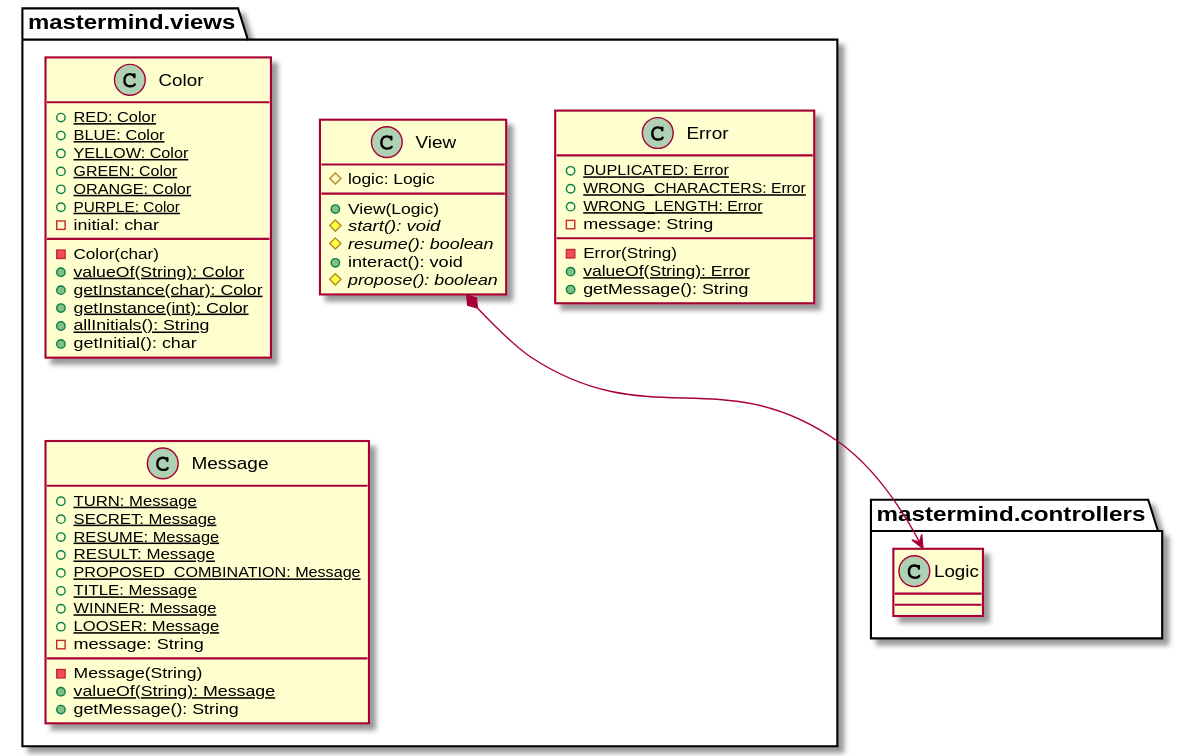
This is modelViewPresenter/presentationModel/withFacade/docs/diagrams/out/paquetes/usantatecla.mastermind.views.svg from SantaTecla-mastermind/solution.java.swing.socket.sql, a PlantUML export, as it was before one commit. The source it was exported from:
```plantuml
@startuml
class  mastermind.views.Color{
+ {static} RED: Color
+ {static} BLUE: Color
+ {static} YELLOW: Color
+ {static} GREEN: Color
+ {static} ORANGE: Color
+ {static} PURPLE: Color
- initial: char
- Color(char)
+ {static} valueOf(String): Color
+ {static} getInstance(char): Color
+ {static} getInstance(int): Color
+ {static} allInitials(): String
+ getInitial(): char
}

class  mastermind.views.Error{
+ {static} DUPLICATED: Error
+ {static} WRONG_CHARACTERS: Error
+ {static} WRONG_LENGTH: Error
- message: String
- Error(String)
+ {static} valueOf(String): Error
+ getMessage(): String
}

class  mastermind.views.Message{
+ {static} TURN: Message
+ {static} SECRET: Message
+ {static} RESUME: Message
+ {static} RESULT: Message
+ {static} PROPOSED_COMBINATION: Message
+ {static} TITLE: Message
+ {static} WINNER: Message
+ {static} LOOSER: Message
- message: String
- Message(String)
+ {static} valueOf(String): Message
+ getMessage(): String
}

class  mastermind.views.View{
# logic: Logic
+ View(Logic)
# {abstract} start(): void
# {abstract} resume(): boolean
+ interact(): void
# {abstract} propose(): boolean
}
mastermind.views.View *-down-> mastermind.controllers.Logic
@enduml
```
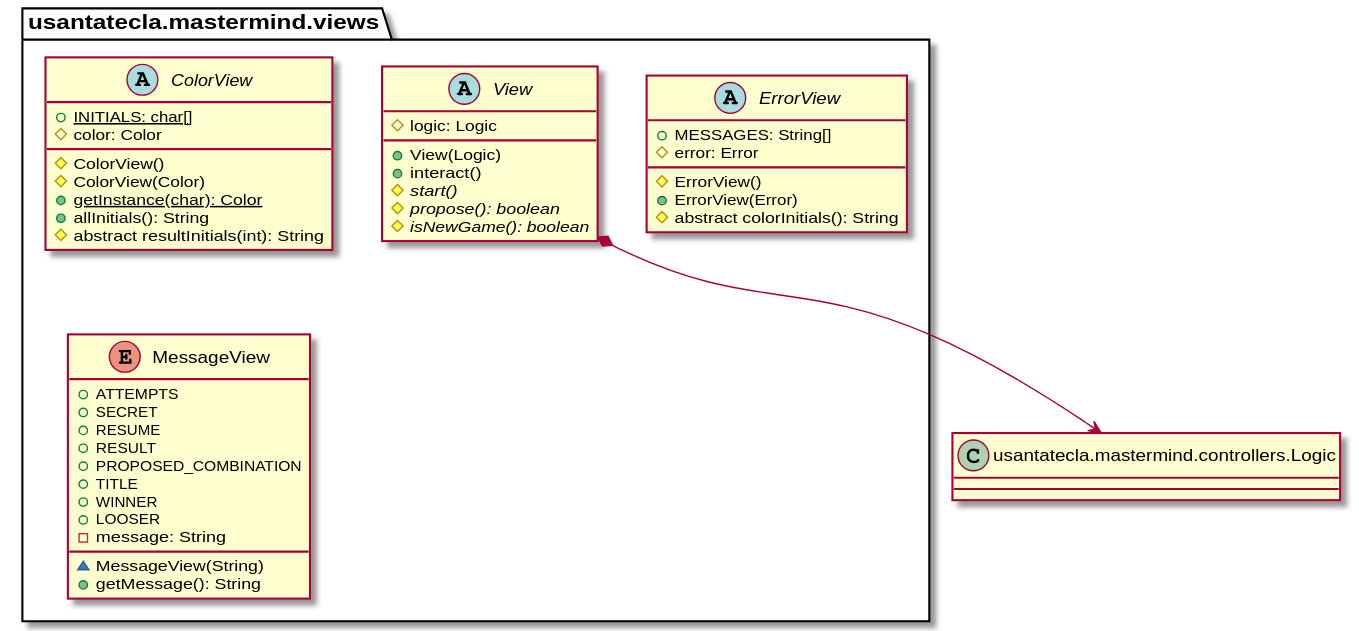
Later version of the same file.

What changed in the source:
```diff
@@ -1,52 +1,47 @@
 @startuml
-class  mastermind.views.Color{
-+ {static} RED: Color
-+ {static} BLUE: Color
-+ {static} YELLOW: Color
-+ {static} GREEN: Color
-+ {static} ORANGE: Color
-+ {static} PURPLE: Color
-- initial: char
-- Color(char)
-+ {static} valueOf(String): Color
+abstract class  usantatecla.mastermind.views.ColorView{
++ {static} INITIALS: char[]
+# color: Color
+# ColorView()
+# ColorView(Color)
 + {static} getInstance(char): Color
-+ {static} getInstance(int): Color
-+ {static} allInitials(): String
-+ getInitial(): char
++ allInitials(): String
+# abstract resultInitials(int): String
 }
 
-class  mastermind.views.Error{
-+ {static} DUPLICATED: Error
-+ {static} WRONG_CHARACTERS: Error
-+ {static} WRONG_LENGTH: Error
+abstract class  usantatecla.mastermind.views.ErrorView{
++ MESSAGES: String[]
+# error: Error
+# ErrorView()
++ ErrorView(Error)
+# abstract colorInitials(): String
+}
+
+ enum  usantatecla.mastermind.views.MessageView{
++ ATTEMPTS
++ SECRET
++ RESUME
++ RESULT
++ PROPOSED_COMBINATION
++ TITLE
++ WINNER
++ LOOSER
 - message: String
-- Error(String)
-+ {static} valueOf(String): Error
+~ MessageView(String)
 + getMessage(): String
 }
 
-class  mastermind.views.Message{
-+ {static} TURN: Message
-+ {static} SECRET: Message
-+ {static} RESUME: Message
-+ {static} RESULT: Message
-+ {static} PROPOSED_COMBINATION: Message
-+ {static} TITLE: Message
-+ {static} WINNER: Message
-+ {static} LOOSER: Message
-- message: String
-- Message(String)
-+ {static} valueOf(String): Message
-+ getMessage(): String
-}
-
-class  mastermind.views.View{
+abstract class  usantatecla.mastermind.views.View{
 # logic: Logic
 + View(Logic)
-# {abstract} start(): void
-# {abstract} resume(): boolean
-+ interact(): void
++ interact()
+# {abstract} start()
 # {abstract} propose(): boolean
+# {abstract} isNewGame(): boolean
 }
-mastermind.views.View *-down-> mastermind.controllers.Logic
+class Logic as "usantatecla.mastermind.controllers.Logic" {
+
+
+}
+usantatecla.mastermind.views.View *-down-> Logic
 @enduml
```
